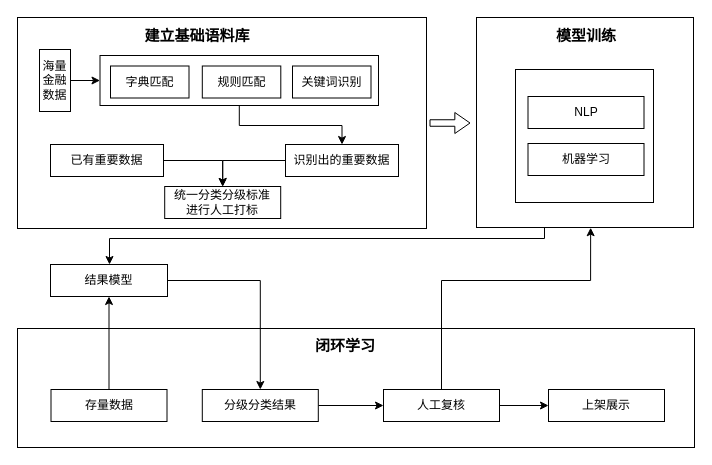
Above: 数据安全.drawio in ZhangChaoZhong/draw (draw.io), before the change. Source tidied: cells renumbered, new cells numbered last; positions are measured from the earlier drawing's top-left corner, leaving out a move shared by most shapes. Both pictures are drawn from the tidied source at 100%, with x=0, y=0 at pixel (17, 17).
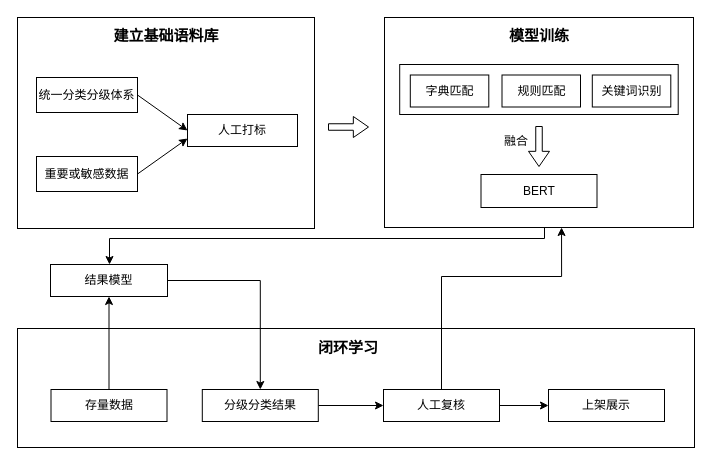
The same page after the edit.

Commit message:
更新数据安全.drawio

The change refers to these unchanged cells:
```xml
<mxCell id="9" value="人工复核" style="rounded=0;whiteSpace=wrap;html=1;" parent="1" vertex="1">
  <mxGeometry x="366" y="372" width="116" height="32" as="geometry" />
</mxCell>
```

What changed in the source:
```diff
@@
     <mxCell id="3" style="rounded=0;whiteSpace=wrap;html=1;" parent="1" vertex="1">
-      <mxGeometry width="409" height="211" as="geometry" />
+      <mxGeometry width="297" height="211" as="geometry" />
     </mxCell>
-    <mxCell id="4" style="edgeStyle=orthogonalEdgeStyle;rounded=0;jettySize=auto;html=1;entryX=0;entryY=0.5;entryDx=0;entryDy=0;" parent="1" edge="1" source="5" target="23">
-      <mxGeometry relative="1" as="geometry" />
-    </mxCell>
-    <mxCell id="5" value="海量金融数据" style="rounded=0;whiteSpace=wrap;html=1;" parent="1" vertex="1">
-      <mxGeometry x="22" y="32" width="31" height="62" as="geometry" />
-    </mxCell>
     <mxCell id="6" value="&lt;font size=&quot;1&quot;&gt;&lt;b style=&quot;font-size: 15px;&quot;&gt;建立基础语料库&lt;/b&gt;&lt;/font&gt;" style="rounded=0;whiteSpace=wrap;html=1;strokeColor=none;" parent="1" vertex="1">
-      <mxGeometry x="122" y="3" width="116" height="29" as="geometry" />
+      <mxGeometry x="90.5" y="3" width="116" height="29" as="geometry" />
     </mxCell>
-    <mxCell id="7" value="&lt;div&gt;统一分类分级标准&lt;/div&gt;&lt;div&gt;进行人工打标&lt;/div&gt;" style="rounded=0;whiteSpace=wrap;html=1;" parent="1" vertex="1">
-      <mxGeometry x="147.2" y="169" width="116" height="32" as="geometry" />
+    <mxCell id="7" value="&lt;div&gt;人工打标&lt;/div&gt;" style="rounded=0;whiteSpace=wrap;html=1;" parent="1" vertex="1">
+      <mxGeometry x="170" y="97" width="110" height="32" as="geometry" />
     </mxCell>
@@
     <mxCell id="17" style="rounded=0;whiteSpace=wrap;html=1;" parent="1" vertex="1">
-      <mxGeometry x="459" width="217" height="210" as="geometry" />
+      <mxGeometry x="367" width="309" height="210" as="geometry" />
     </mxCell>
@@
     <mxCell id="19" value="&lt;font style=&quot;font-size: 15px;&quot;&gt;&lt;b&gt;模型训练&lt;br&gt;&lt;/b&gt;&lt;/font&gt;" style="rounded=0;whiteSpace=wrap;html=1;strokeColor=none;" parent="1" vertex="1">
-      <mxGeometry x="510.5" y="3" width="116" height="29" as="geometry" />
+      <mxGeometry x="463.5" y="3" width="116" height="29" as="geometry" />
     </mxCell>
     <mxCell id="20" value="&lt;font style=&quot;font-size: 15px;&quot;&gt;&lt;b&gt;闭环学习&lt;br&gt;&lt;/b&gt;&lt;/font&gt;" style="rounded=0;whiteSpace=wrap;html=1;strokeColor=none;" parent="1" vertex="1">
-      <mxGeometry x="270" y="313" width="116" height="29" as="geometry" />
+      <mxGeometry x="273" y="315" width="116" height="29" as="geometry" />
     </mxCell>
     <mxCell id="21" style="verticalLabelPosition=bottom;verticalAlign=top;html=1;strokeWidth=1;shape=mxgraph.arrows2.arrow;dy=0.69;dx=15.17;notch=0;" parent="1" vertex="1">
-      <mxGeometry x="412.5" y="95" width="40" height="21" as="geometry" />
+      <mxGeometry x="311" y="99" width="40" height="21" as="geometry" />
     </mxCell>
-    <mxCell id="22" style="edgeStyle=orthogonalEdgeStyle;rounded=0;jettySize=auto;html=1;entryX=0.5;entryY=0;entryDx=0;entryDy=0;" parent="1" edge="1" source="23" target="31">
-      <mxGeometry relative="1" as="geometry" />
-    </mxCell>
     <mxCell id="23" style="rounded=0;whiteSpace=wrap;html=1;" parent="1" vertex="1">
-      <mxGeometry x="82.5" y="38" width="278.5" height="50" as="geometry" />
+      <mxGeometry x="382.2" y="47" width="278.5" height="50" as="geometry" />
     </mxCell>
     <mxCell id="24" value="字典匹配" style="rounded=0;whiteSpace=wrap;html=1;" parent="1" vertex="1">
-      <mxGeometry x="93" y="48.5" width="78.5" height="32" as="geometry" />
+      <mxGeometry x="392.8" y="57.5" width="78.5" height="32" as="geometry" />
     </mxCell>
-    <mxCell id="25" style="rounded=0;whiteSpace=wrap;html=1;" parent="1" vertex="1">
-      <mxGeometry x="498" y="52" width="138" height="133" as="geometry" />
-    </mxCell>
-    <mxCell id="26" value="NLP" style="rounded=0;whiteSpace=wrap;html=1;" parent="1" vertex="1">
-      <mxGeometry x="510.5" y="79" width="116" height="32" as="geometry" />
-    </mxCell>
-    <mxCell id="27" value="机器学习" style="rounded=0;whiteSpace=wrap;html=1;" parent="1" vertex="1">
-      <mxGeometry x="510.5" y="126" width="116" height="32" as="geometry" />
+    <mxCell id="27" value="BERT" style="rounded=0;whiteSpace=wrap;html=1;" parent="1" vertex="1">
+      <mxGeometry x="463.5" y="157" width="116" height="33" as="geometry" />
     </mxCell>
     <mxCell id="28" value="规则匹配" style="rounded=0;whiteSpace=wrap;html=1;" parent="1" vertex="1">
-      <mxGeometry x="184.8" y="48.5" width="78.5" height="32" as="geometry" />
+      <mxGeometry x="484.5" y="57.5" width="78.5" height="32" as="geometry" />
     </mxCell>
     <mxCell id="29" value="关键词识别" style="rounded=0;whiteSpace=wrap;html=1;" parent="1" vertex="1">
-      <mxGeometry x="275" y="48.5" width="78.5" height="32" as="geometry" />
+      <mxGeometry x="574.8" y="57.5" width="78.5" height="32" as="geometry" />
     </mxCell>
-    <mxCell id="30" style="edgeStyle=orthogonalEdgeStyle;rounded=0;jettySize=auto;html=1;entryX=0.5;entryY=0;entryDx=0;entryDy=0;" parent="1" edge="1" source="31" target="7">
-      <mxGeometry relative="1" as="geometry" />
-    </mxCell>
-    <mxCell id="31" value="&lt;div&gt;识别出的重要数据&lt;/div&gt;" style="rounded=0;whiteSpace=wrap;html=1;" parent="1" vertex="1">
-      <mxGeometry x="268" y="127" width="113" height="32" as="geometry" />
-    </mxCell>
-    <mxCell id="32" style="edgeStyle=orthogonalEdgeStyle;rounded=0;jettySize=auto;html=1;entryX=0.5;entryY=0;entryDx=0;entryDy=0;" parent="1" edge="1" source="33" target="7">
-      <mxGeometry relative="1" as="geometry" />
-    </mxCell>
-    <mxCell id="33" value="&lt;div&gt;已有重要数据&lt;/div&gt;" style="rounded=0;whiteSpace=wrap;html=1;" parent="1" vertex="1">
-      <mxGeometry x="33" y="127" width="113" height="32" as="geometry" />
-    </mxCell>
+    <mxCell id="35" value="融合" style="text;html=1;strokeColor=none;fillColor=none;align=center;verticalAlign=middle;whiteSpace=wrap;rounded=0;" parent="1" vertex="1">
+      <mxGeometry x="478" y="109" width="42" height="30" as="geometry" />
+    </mxCell>
+    <mxCell id="36" style="verticalLabelPosition=bottom;verticalAlign=top;html=1;strokeWidth=1;shape=mxgraph.arrows2.arrow;dy=0.69;dx=15.17;notch=0;direction=south;" parent="1" vertex="1">
+      <mxGeometry x="511" y="109" width="21" height="40" as="geometry" />
+    </mxCell>
+    <mxCell id="37" style="rounded=0;jettySize=auto;html=1;entryX=0;entryY=0.5;entryDx=0;entryDy=0;exitX=1;exitY=0.5;exitDx=0;exitDy=0;" parent="1" edge="1" source="38" target="7">
+      <mxGeometry relative="1" as="geometry" />
+    </mxCell>
+    <mxCell id="38" value="统一分类分级体系" style="rounded=0;whiteSpace=wrap;html=1;" parent="1" vertex="1">
+      <mxGeometry x="19" y="60" width="101" height="35" as="geometry" />
+    </mxCell>
+    <mxCell id="39" style="rounded=0;jettySize=auto;html=1;entryX=0;entryY=0.75;entryDx=0;entryDy=0;exitX=1;exitY=0.5;exitDx=0;exitDy=0;" parent="1" edge="1" source="40" target="7">
+      <mxGeometry relative="1" as="geometry" />
+    </mxCell>
+    <mxCell id="40" value="&lt;div&gt;重要或敏感数据&lt;/div&gt;" style="rounded=0;whiteSpace=wrap;html=1;" parent="1" vertex="1">
+      <mxGeometry x="19" y="139" width="101" height="35" as="geometry" />
+    </mxCell>
-    <mxCell id="34" style="edgeStyle=orthogonalEdgeStyle;rounded=0;jettySize=auto;html=1;entryX=0.526;entryY=1.001;entryDx=0;entryDy=0;entryPerimeter=0;" parent="1" edge="1" source="9" target="17">
+    <mxCell id="34" style="edgeStyle=orthogonalEdgeStyle;rounded=0;jettySize=auto;html=1;entryX=0.573;entryY=1;entryDx=0;entryDy=0;entryPerimeter=0;" parent="1" edge="1" source="9" target="17">
       <mxGeometry relative="1" as="geometry">
         <Array as="points">
-          <mxPoint x="424" y="263" />
-          <mxPoint x="573" y="263" />
+          <mxPoint x="424" y="259" />
+          <mxPoint x="544" y="259" />
         </Array>
       </mxGeometry>
     </mxCell>
```
